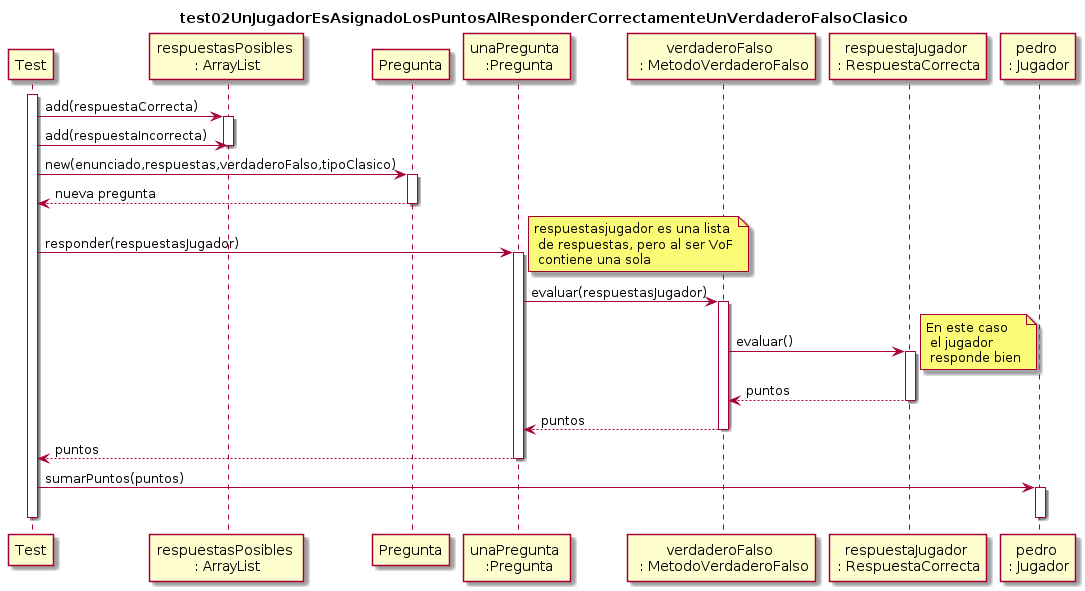
This is docs/diagramas/DiagramaDeSecuenciaTest02.png from brunograssano/Algoritmos_3_TP2_PM2, a PlantUML export, as it was before one commit.
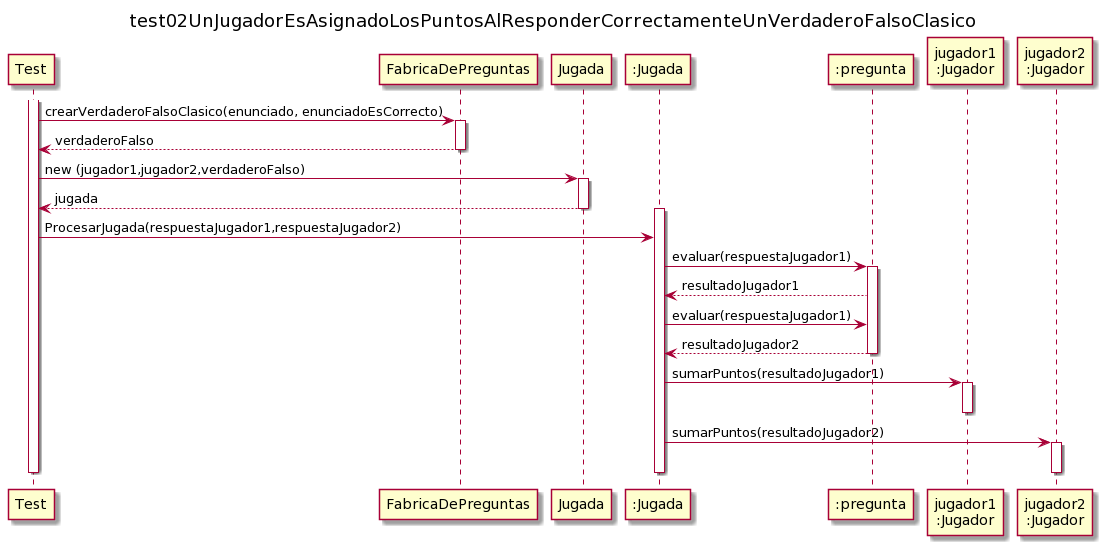
After the commit.

Commit message:
actualizo el diagrama de secuencia del test02 de jugador acorde al refactor de entrega 1

Change to the diagram source:
```diff
@@ -1,41 +1,43 @@
 @startuml
+
+
 title test02UnJugadorEsAsignadoLosPuntosAlResponderCorrectamenteUnVerdaderoFalsoClasico
 participant Test
-participant "respuestasPosibles \n: ArrayList" as respuestas
-participant Pregunta
-participant "unaPregunta \n :Pregunta" as pregunta
-participant "verdaderoFalso \n : MetodoVerdaderoFalso" as metodo
-participant "respuestaJugador \n: RespuestaCorrecta" as respuesta
-participant "pedro \n: Jugador" as jugador
+participant FabricaDePreguntas
+participant Jugada
+participant ":Jugada" as jugada
+participant ":pregunta" as pregunta
+participant "jugador1\n:Jugador" as j1
+participant "jugador2\n:Jugador" as j2
 
 activate Test
-Test -> respuestas: add(respuestaCorrecta)
-activate respuestas
-Test -> respuestas: add(respuestaIncorrecta)
-deactivate respuestas
+Test -> FabricaDePreguntas: crearVerdaderoFalsoClasico(enunciado, enunciadoEsCorrecto)
+activate FabricaDePreguntas
+FabricaDePreguntas -->Test: verdaderoFalso
+deactivate FabricaDePreguntas
 
-Test -> Pregunta: new(enunciado,respuestas,verdaderoFalso,tipoClasico)
-activate Pregunta
-Pregunta --> Test: nueva pregunta
-deactivate Pregunta
+Test -> Jugada: new (jugador1,jugador2,verdaderoFalso)
+activate Jugada
+Jugada --> Test: jugada
+deactivate Jugada
 
-Test -> pregunta : responder(respuestasJugador)
-note right: respuestasjugador es una lista\n de respuestas, pero al ser VoF\n contiene una sola
+activate jugada
+Test ->jugada: ProcesarJugada(respuestaJugador1,respuestaJugador2)
+jugada->pregunta: evaluar(respuestaJugador1)
 activate pregunta
-pregunta -> metodo: evaluar(respuestasJugador)
-activate metodo
-metodo -> respuesta : evaluar()
-activate respuesta
-note right : En este caso \n el jugador \n responde bien
-respuesta --> metodo : puntos
-deactivate respuesta
-metodo --> pregunta: puntos
-deactivate metodo
-pregunta --> Test: puntos
+pregunta --> jugada: resultadoJugador1
+jugada->pregunta: evaluar(respuestaJugador1)
+pregunta --> jugada: resultadoJugador2
 deactivate pregunta
 
-Test -> jugador : sumarPuntos(puntos)
-activate jugador
-deactivate jugador
+jugada ->j1:sumarPuntos(resultadoJugador1)
+activate j1
+deactivate j1
+jugada ->j2:sumarPuntos(resultadoJugador2)
+activate j2
+deactivate j2
+deactivate jugada
+
+
 deactivate Test
 @enduml
```
